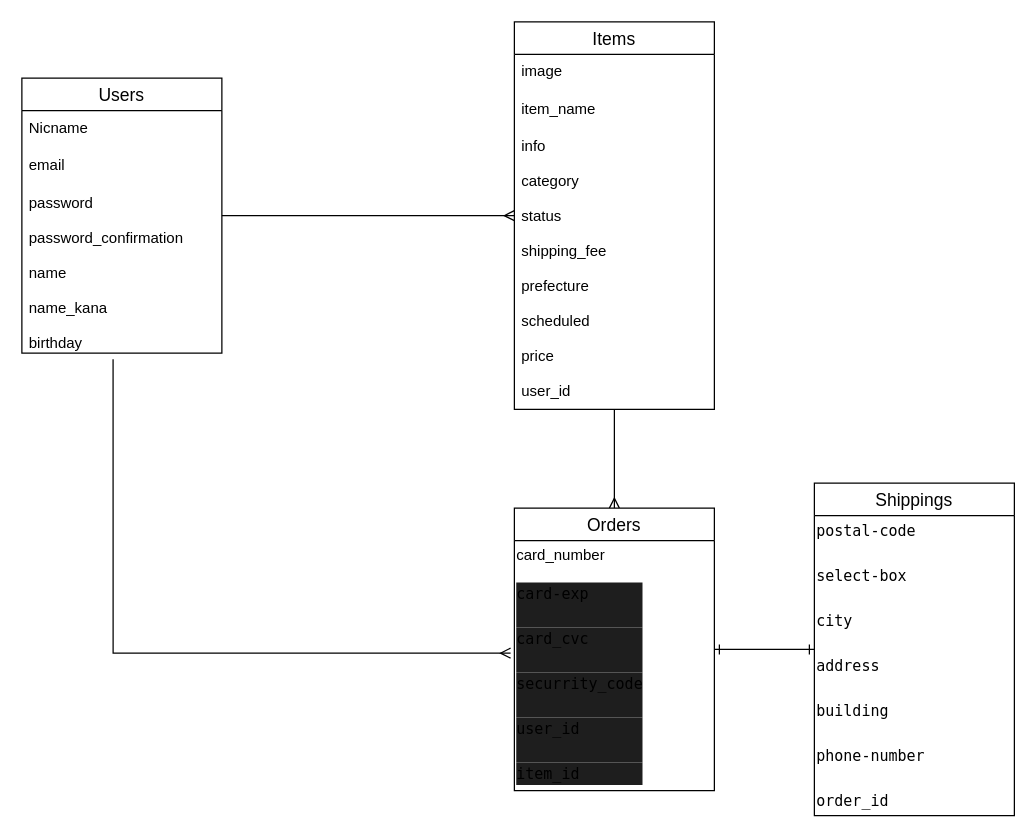
Above: test.dio in Ytakagi66/furima-31924 (draw.io), before the change. Source tidied: cells renumbered, new cells numbered last; positions are measured from the earlier drawing's top-left corner, leaving out a move shared by most shapes. Both pictures are drawn from the tidied source at 125%, with x=0, y=0 at pixel (21, 21).
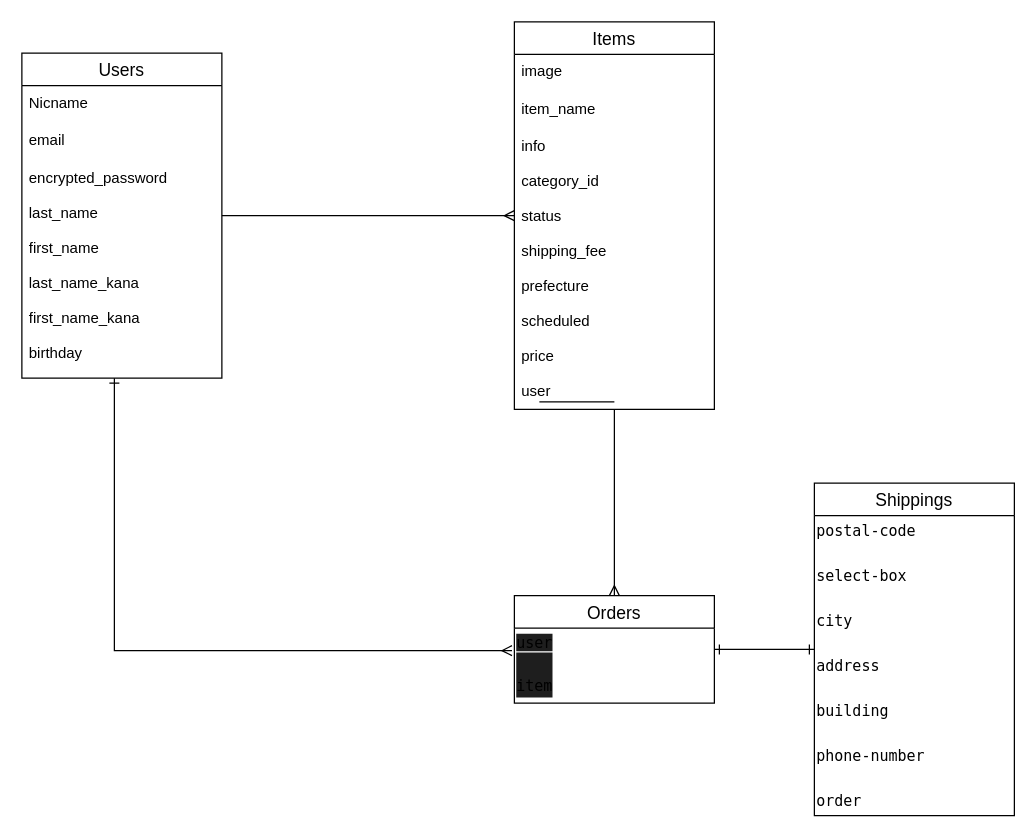
The same page after the edit.

Unchanged cells that the change refers to:
```xml
<mxCell id="8" value="Items" style="swimlane;fontStyle=0;horizontal=1;startSize=26;align=center;fontSize=14;" parent="1" vertex="1">
  <mxGeometry x="394" width="160" height="310" as="geometry" />
</mxCell>
<mxCell id="15" value="Shippings" style="swimlane;fontStyle=0;horizontal=1;startSize=26;align=center;fontSize=14;" parent="1" vertex="1">
  <mxGeometry x="634" y="369" width="160" height="266" as="geometry" />
</mxCell>
```

The edit, as a diff of the source:
```diff
@@
+    <mxCell id="18" style="edgeStyle=orthogonalEdgeStyle;rounded=0;jettySize=auto;html=1;entryX=-0.012;entryY=0.3;entryDx=0;entryDy=0;entryPerimeter=0;endArrow=ERmany;endFill=0;startArrow=ERone;startFill=0;" parent="1" edge="1" source="3" target="14">
+      <mxGeometry relative="1" as="geometry">
+        <Array as="points">
+          <mxPoint x="74" y="503" />
+        </Array>
+      </mxGeometry>
+    </mxCell>
     <mxCell id="3" value="Users" style="swimlane;fontStyle=0;horizontal=1;startSize=26;align=center;fontSize=14;" parent="1" vertex="1">
-      <mxGeometry y="45" width="160" height="220" as="geometry" />
+      <mxGeometry y="25" width="160" height="260" as="geometry" />
     </mxCell>
@@
-    <mxCell id="6" value="password&#10;&#10;password_confirmation&#10;&#10;name&#10;&#10;name_kana&#10;&#10;birthday&#10;" style="text;strokeColor=none;fillColor=none;spacingLeft=4;spacingRight=4;overflow=hidden;points=[[0,0.5],[1,0.5]];portConstraint=eastwest;fontSize=12;" parent="3" vertex="1">
-      <mxGeometry y="86" width="160" height="134" as="geometry" />
+    <mxCell id="6" value="encrypted_password&#10;&#10;last_name&#10;&#10;first_name&#10;&#10;last_name_kana&#10;&#10;first_name_kana&#10;&#10;birthday&#10;" style="text;strokeColor=none;fillColor=none;spacingLeft=4;spacingRight=4;overflow=hidden;points=[[0,0.5],[1,0.5]];portConstraint=eastwest;fontSize=12;" parent="3" vertex="1">
+      <mxGeometry y="86" width="160" height="174" as="geometry" />
     </mxCell>
@@
-    <mxCell id="11" value="info&#10;&#10;category&#10;&#10;status&#10;&#10;shipping_fee&#10;&#10;prefecture&#10;&#10;scheduled&#10;&#10;price&#10;&#10;user_id&#10;&#10;" style="text;strokeColor=none;fillColor=none;spacingLeft=4;spacingRight=4;overflow=hidden;fontSize=12;" parent="8" vertex="1">
+    <mxCell id="11" value="info&#10;&#10;category_id&#10;&#10;status&#10;&#10;shipping_fee&#10;&#10;prefecture&#10;&#10;scheduled&#10;&#10;price&#10;&#10;user&#10;&#10;" style="text;strokeColor=none;fillColor=none;spacingLeft=4;spacingRight=4;overflow=hidden;fontSize=12;" parent="8" vertex="1">
       <mxGeometry y="86" width="160" height="224" as="geometry" />
     </mxCell>
@@
     <mxCell id="13" value="Orders" style="swimlane;fontStyle=0;horizontal=1;startSize=26;align=center;fontSize=14;" parent="1" vertex="1">
-      <mxGeometry x="394" y="389" width="160" height="226" as="geometry" />
+      <mxGeometry x="394" y="459" width="160" height="86" as="geometry" />
     </mxCell>
-    <mxCell id="14" value="card_number&lt;br&gt;&lt;br&gt;&lt;div style=&quot;background-color: rgb(30 , 30 , 30) ; font-family: &amp;#34;menlo&amp;#34; , &amp;#34;monaco&amp;#34; , &amp;#34;courier new&amp;#34; , monospace ; line-height: 18px&quot;&gt;&lt;span&gt;card-exp&lt;/span&gt;&lt;/div&gt;&lt;div style=&quot;background-color: rgb(30 , 30 , 30) ; font-family: &amp;#34;menlo&amp;#34; , &amp;#34;monaco&amp;#34; , &amp;#34;courier new&amp;#34; , monospace ; line-height: 18px&quot;&gt;&lt;span&gt;&lt;br&gt;&lt;/span&gt;&lt;/div&gt;&lt;div style=&quot;background-color: rgb(30 , 30 , 30) ; font-family: &amp;#34;menlo&amp;#34; , &amp;#34;monaco&amp;#34; , &amp;#34;courier new&amp;#34; , monospace ; line-height: 18px&quot;&gt;&lt;font&gt;card_cvc&lt;/font&gt;&lt;/div&gt;&lt;div style=&quot;background-color: rgb(30 , 30 , 30) ; font-family: &amp;#34;menlo&amp;#34; , &amp;#34;monaco&amp;#34; , &amp;#34;courier new&amp;#34; , monospace ; line-height: 18px&quot;&gt;&lt;font&gt;&lt;br&gt;&lt;/font&gt;&lt;/div&gt;&lt;div style=&quot;background-color: rgb(30 , 30 , 30) ; font-family: &amp;#34;menlo&amp;#34; , &amp;#34;monaco&amp;#34; , &amp;#34;courier new&amp;#34; , monospace ; line-height: 18px&quot;&gt;&lt;font&gt;securrity_code&lt;/font&gt;&lt;/div&gt;&lt;div style=&quot;background-color: rgb(30 , 30 , 30) ; font-family: &amp;#34;menlo&amp;#34; , &amp;#34;monaco&amp;#34; , &amp;#34;courier new&amp;#34; , monospace ; line-height: 18px&quot;&gt;&lt;font&gt;&lt;br&gt;&lt;/font&gt;&lt;/div&gt;&lt;div style=&quot;background-color: rgb(30 , 30 , 30) ; font-family: &amp;#34;menlo&amp;#34; , &amp;#34;monaco&amp;#34; , &amp;#34;courier new&amp;#34; , monospace ; line-height: 18px&quot;&gt;&lt;font&gt;user_id&lt;/font&gt;&lt;/div&gt;&lt;div style=&quot;background-color: rgb(30 , 30 , 30) ; font-family: &amp;#34;menlo&amp;#34; , &amp;#34;monaco&amp;#34; , &amp;#34;courier new&amp;#34; , monospace ; line-height: 18px&quot;&gt;&lt;font&gt;&lt;br&gt;&lt;/font&gt;&lt;/div&gt;&lt;div style=&quot;background-color: rgb(30 , 30 , 30) ; font-family: &amp;#34;menlo&amp;#34; , &amp;#34;monaco&amp;#34; , &amp;#34;courier new&amp;#34; , monospace ; line-height: 18px&quot;&gt;&lt;font&gt;item_id&lt;/font&gt;&lt;/div&gt;" style="text;html=1;align=left;verticalAlign=middle;points=[];" parent="13" vertex="1">
-      <mxGeometry y="26" width="160" height="200" as="geometry" />
+    <mxCell id="14" value="&lt;font face=&quot;menlo, monaco, courier new, monospace&quot;&gt;&lt;span style=&quot;background-color: rgb(30 , 30 , 30)&quot;&gt;user&lt;/span&gt;&lt;/font&gt;&lt;br&gt;&lt;div style=&quot;background-color: rgb(30 , 30 , 30) ; font-family: &amp;#34;menlo&amp;#34; , &amp;#34;monaco&amp;#34; , &amp;#34;courier new&amp;#34; , monospace ; line-height: 18px&quot;&gt;&lt;font&gt;&lt;br&gt;&lt;/font&gt;&lt;/div&gt;&lt;div style=&quot;background-color: rgb(30 , 30 , 30) ; font-family: &amp;#34;menlo&amp;#34; , &amp;#34;monaco&amp;#34; , &amp;#34;courier new&amp;#34; , monospace ; line-height: 18px&quot;&gt;&lt;font&gt;item&lt;/font&gt;&lt;/div&gt;" style="text;html=1;align=left;verticalAlign=middle;points=[];" parent="13" vertex="1">
+      <mxGeometry y="26" width="160" height="60" as="geometry" />
     </mxCell>
@@
-    <mxCell id="16" value="&lt;div style=&quot;font-family: &amp;#34;menlo&amp;#34; , &amp;#34;monaco&amp;#34; , &amp;#34;courier new&amp;#34; , monospace ; line-height: 18px&quot;&gt;&lt;span&gt;postal-code&lt;/span&gt;&lt;/div&gt;&lt;div style=&quot;font-family: &amp;#34;menlo&amp;#34; , &amp;#34;monaco&amp;#34; , &amp;#34;courier new&amp;#34; , monospace ; line-height: 18px&quot;&gt;&lt;span&gt;&lt;br&gt;&lt;/span&gt;&lt;/div&gt;&lt;div style=&quot;font-family: &amp;#34;menlo&amp;#34; , &amp;#34;monaco&amp;#34; , &amp;#34;courier new&amp;#34; , monospace ; line-height: 18px&quot;&gt;&lt;div style=&quot;line-height: 18px&quot;&gt;&lt;span&gt;select-box&lt;/span&gt;&lt;/div&gt;&lt;div style=&quot;line-height: 18px&quot;&gt;&lt;span&gt;&lt;br&gt;&lt;/span&gt;&lt;/div&gt;&lt;div style=&quot;line-height: 18px&quot;&gt;&lt;span&gt;city&lt;/span&gt;&lt;/div&gt;&lt;div style=&quot;line-height: 18px&quot;&gt;&lt;span&gt;&lt;br&gt;&lt;/span&gt;&lt;/div&gt;&lt;div style=&quot;line-height: 18px&quot;&gt;&lt;span&gt;address&lt;/span&gt;&lt;/div&gt;&lt;div style=&quot;line-height: 18px&quot;&gt;&lt;span&gt;&lt;br&gt;&lt;/span&gt;&lt;/div&gt;&lt;div style=&quot;line-height: 18px&quot;&gt;&lt;div style=&quot;line-height: 18px&quot;&gt;&lt;span&gt;building&lt;/span&gt;&lt;/div&gt;&lt;div style=&quot;line-height: 18px&quot;&gt;&lt;span&gt;&lt;br&gt;&lt;/span&gt;&lt;/div&gt;&lt;div style=&quot;line-height: 18px&quot;&gt;&lt;div style=&quot;line-height: 18px&quot;&gt;&lt;span&gt;phone-number&lt;/span&gt;&lt;/div&gt;&lt;div style=&quot;line-height: 18px&quot;&gt;&lt;span&gt;&lt;br&gt;&lt;/span&gt;&lt;/div&gt;&lt;div style=&quot;line-height: 18px&quot;&gt;&lt;span&gt;order_id&lt;/span&gt;&lt;/div&gt;&lt;/div&gt;&lt;/div&gt;&lt;/div&gt;" style="text;html=1;align=left;verticalAlign=middle;" parent="15" vertex="1">
+    <mxCell id="16" value="&lt;div style=&quot;font-family: &amp;#34;menlo&amp;#34; , &amp;#34;monaco&amp;#34; , &amp;#34;courier new&amp;#34; , monospace ; line-height: 18px&quot;&gt;&lt;span&gt;postal-code&lt;/span&gt;&lt;/div&gt;&lt;div style=&quot;font-family: &amp;#34;menlo&amp;#34; , &amp;#34;monaco&amp;#34; , &amp;#34;courier new&amp;#34; , monospace ; line-height: 18px&quot;&gt;&lt;span&gt;&lt;br&gt;&lt;/span&gt;&lt;/div&gt;&lt;div style=&quot;font-family: &amp;#34;menlo&amp;#34; , &amp;#34;monaco&amp;#34; , &amp;#34;courier new&amp;#34; , monospace ; line-height: 18px&quot;&gt;&lt;div style=&quot;line-height: 18px&quot;&gt;&lt;span&gt;select-box&lt;/span&gt;&lt;/div&gt;&lt;div style=&quot;line-height: 18px&quot;&gt;&lt;span&gt;&lt;br&gt;&lt;/span&gt;&lt;/div&gt;&lt;div style=&quot;line-height: 18px&quot;&gt;&lt;span&gt;city&lt;/span&gt;&lt;/div&gt;&lt;div style=&quot;line-height: 18px&quot;&gt;&lt;span&gt;&lt;br&gt;&lt;/span&gt;&lt;/div&gt;&lt;div style=&quot;line-height: 18px&quot;&gt;&lt;span&gt;address&lt;/span&gt;&lt;/div&gt;&lt;div style=&quot;line-height: 18px&quot;&gt;&lt;span&gt;&lt;br&gt;&lt;/span&gt;&lt;/div&gt;&lt;div style=&quot;line-height: 18px&quot;&gt;&lt;div style=&quot;line-height: 18px&quot;&gt;&lt;span&gt;building&lt;/span&gt;&lt;/div&gt;&lt;div style=&quot;line-height: 18px&quot;&gt;&lt;span&gt;&lt;br&gt;&lt;/span&gt;&lt;/div&gt;&lt;div style=&quot;line-height: 18px&quot;&gt;&lt;div style=&quot;line-height: 18px&quot;&gt;&lt;span&gt;phone-number&lt;/span&gt;&lt;/div&gt;&lt;div style=&quot;line-height: 18px&quot;&gt;&lt;span&gt;&lt;br&gt;&lt;/span&gt;&lt;/div&gt;&lt;div style=&quot;line-height: 18px&quot;&gt;&lt;span&gt;order&lt;/span&gt;&lt;/div&gt;&lt;/div&gt;&lt;/div&gt;&lt;/div&gt;" style="text;html=1;align=left;verticalAlign=middle;" parent="15" vertex="1">
       <mxGeometry y="26" width="160" height="240" as="geometry" />
     </mxCell>
-    <mxCell id="17" style="edgeStyle=orthogonalEdgeStyle;rounded=0;jettySize=auto;html=1;entryX=-0.019;entryY=0.45;entryDx=0;entryDy=0;entryPerimeter=0;fontColor=#f0f0f0;exitX=0.456;exitY=1.037;exitDx=0;exitDy=0;exitPerimeter=0;endArrow=ERmany;endFill=0;" parent="1" edge="1" source="6" target="14">
-      <mxGeometry relative="1" as="geometry">
-        <Array as="points">
-          <mxPoint x="73" y="505" />
-        </Array>
-      </mxGeometry>
-    </mxCell>
+    <mxCell id="19" style="line;strokeWidth=1;dashed=0;labelPosition=right;align=left;verticalAlign=middle;spacingTop=0;spacingLeft=6;" parent="1" vertex="1">
+      <mxGeometry x="414" y="299" width="60" height="10" as="geometry" />
+    </mxCell>
```
